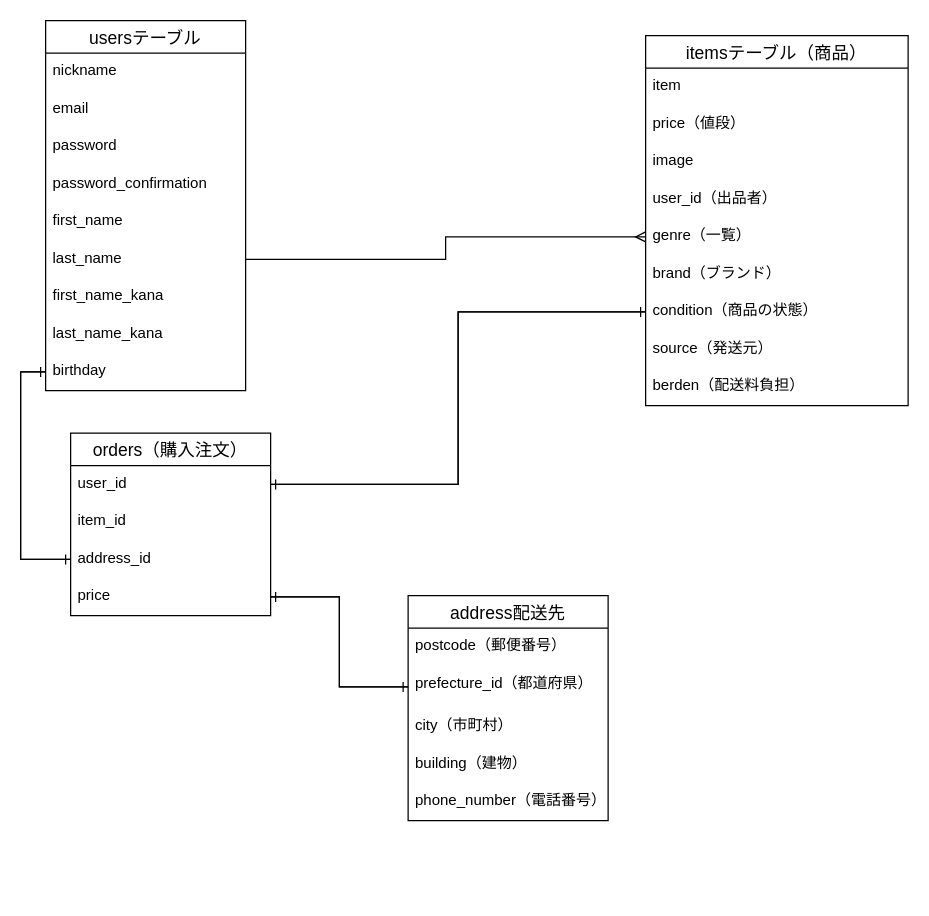
The draw.io diagram .dio in Lucky-Strike65/furima-34513, before the edit. Source tidied: cells renumbered, new cells numbered last; positions are measured from the earlier drawing's top-left corner, leaving out a move shared by most shapes. Both pictures are drawn from the tidied source at 125%, with x=0, y=0 at pixel (45, 20).
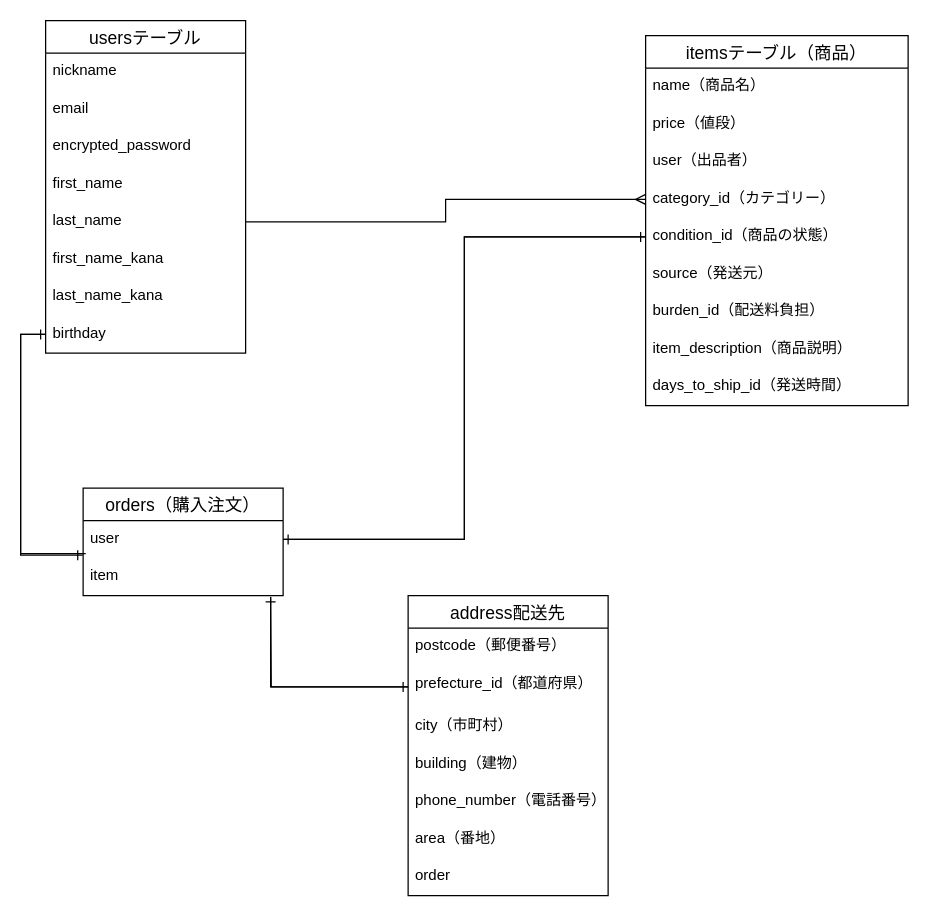
The same page after the edit.

Unchanged cells that the change refers to:
```xml
<mxCell id="12" value="itemsテーブル（商品）" style="swimlane;fontStyle=0;horizontal=1;startSize=26;align=center;fontSize=14;" parent="1" vertex="1">
  <mxGeometry x="480" y="12" width="210" height="296" as="geometry" />
</mxCell>
<mxCell id="29" value="prefecture_id（都道府県）" style="text;strokeColor=none;fillColor=none;spacingLeft=4;spacingRight=4;overflow=hidden;points=[[0,0.5],[1,0.5]];portConstraint=eastwest;fontSize=12;" parent="27" vertex="1">
  <mxGeometry y="56" width="160" height="34" as="geometry" />
</mxCell>
```

Change to the diagram source:
```diff
@@
     <mxCell id="2" value="usersテーブル" style="swimlane;fontStyle=0;horizontal=1;startSize=26;align=center;fontSize=14;" parent="1" vertex="1">
-      <mxGeometry width="160" height="296" as="geometry" />
+      <mxGeometry width="160" height="266" as="geometry" />
     </mxCell>
@@
-    <mxCell id="5" value="password" style="text;strokeColor=none;fillColor=none;spacingLeft=4;spacingRight=4;overflow=hidden;fontSize=12;" parent="2" vertex="1">
+    <mxCell id="5" value="encrypted_password" style="text;strokeColor=none;fillColor=none;spacingLeft=4;spacingRight=4;overflow=hidden;fontSize=12;" parent="2" vertex="1">
       <mxGeometry y="86" width="160" height="30" as="geometry" />
     </mxCell>
-    <mxCell id="6" value="password_confirmation" style="text;strokeColor=none;fillColor=none;spacingLeft=4;spacingRight=4;overflow=hidden;fontSize=12;" parent="2" vertex="1">
-      <mxGeometry y="116" width="160" height="30" as="geometry" />
-    </mxCell>
     <mxCell id="7" value="first_name" style="text;strokeColor=none;fillColor=none;spacingLeft=4;spacingRight=4;overflow=hidden;fontSize=12;" parent="2" vertex="1">
-      <mxGeometry y="146" width="160" height="30" as="geometry" />
+      <mxGeometry y="116" width="160" height="30" as="geometry" />
     </mxCell>
     <mxCell id="8" value="last_name" style="text;strokeColor=none;fillColor=none;spacingLeft=4;spacingRight=4;overflow=hidden;points=[[0,0.5],[1,0.5]];portConstraint=eastwest;fontSize=12;" parent="2" vertex="1">
-      <mxGeometry y="176" width="160" height="30" as="geometry" />
+      <mxGeometry y="146" width="160" height="30" as="geometry" />
     </mxCell>
     <mxCell id="9" value="first_name_kana" style="text;strokeColor=none;fillColor=none;spacingLeft=4;spacingRight=4;overflow=hidden;fontSize=12;" parent="2" vertex="1">
-      <mxGeometry y="206" width="160" height="30" as="geometry" />
+      <mxGeometry y="176" width="160" height="30" as="geometry" />
     </mxCell>
     <mxCell id="10" value="last_name_kana" style="text;strokeColor=none;fillColor=none;spacingLeft=4;spacingRight=4;overflow=hidden;fontSize=12;" parent="2" vertex="1">
-      <mxGeometry y="236" width="160" height="30" as="geometry" />
+      <mxGeometry y="206" width="160" height="30" as="geometry" />
     </mxCell>
     <mxCell id="11" value="birthday" style="text;strokeColor=none;fillColor=none;spacingLeft=4;spacingRight=4;overflow=hidden;points=[[0,0.5],[1,0.5]];portConstraint=eastwest;fontSize=12;" parent="2" vertex="1">
-      <mxGeometry y="266" width="160" height="30" as="geometry" />
+      <mxGeometry y="236" width="160" height="30" as="geometry" />
     </mxCell>
@@
-    <mxCell id="13" value="item" style="text;strokeColor=none;fillColor=none;spacingLeft=4;spacingRight=4;overflow=hidden;fontSize=12;" parent="12" vertex="1">
+    <mxCell id="13" value="name（商品名）" style="text;strokeColor=none;fillColor=none;spacingLeft=4;spacingRight=4;overflow=hidden;fontSize=12;" parent="12" vertex="1">
       <mxGeometry y="26" width="210" height="30" as="geometry" />
     </mxCell>
@@
-    <mxCell id="15" value="image&#10;" style="text;strokeColor=none;fillColor=none;spacingLeft=4;spacingRight=4;overflow=hidden;fontSize=12;" parent="12" vertex="1">
-      <mxGeometry y="86" width="210" height="30" as="geometry" />
-    </mxCell>
-    <mxCell id="16" value="user_id（出品者）" style="text;strokeColor=none;fillColor=none;spacingLeft=4;spacingRight=4;overflow=hidden;fontSize=12;" parent="12" vertex="1">
-      <mxGeometry y="116" width="210" height="30" as="geometry" />
+    <mxCell id="16" value="user（出品者）" style="text;strokeColor=none;fillColor=none;spacingLeft=4;spacingRight=4;overflow=hidden;fontSize=12;" parent="12" vertex="1">
+      <mxGeometry y="86" width="210" height="30" as="geometry" />
     </mxCell>
-    <mxCell id="17" value="genre（一覧）" style="text;strokeColor=none;fillColor=none;spacingLeft=4;spacingRight=4;overflow=hidden;points=[[0,0.5],[1,0.5]];portConstraint=eastwest;fontSize=12;" parent="12" vertex="1">
-      <mxGeometry y="146" width="210" height="30" as="geometry" />
+    <mxCell id="17" value="category_id（カテゴリー）" style="text;strokeColor=none;fillColor=none;spacingLeft=4;spacingRight=4;overflow=hidden;points=[[0,0.5],[1,0.5]];portConstraint=eastwest;fontSize=12;" parent="12" vertex="1">
+      <mxGeometry y="116" width="210" height="30" as="geometry" />
     </mxCell>
-    <mxCell id="18" value="brand（ブランド）" style="text;strokeColor=none;fillColor=none;spacingLeft=4;spacingRight=4;overflow=hidden;fontSize=12;" parent="12" vertex="1">
-      <mxGeometry y="176" width="210" height="30" as="geometry" />
-    </mxCell>
-    <mxCell id="19" value="condition（商品の状態）" style="text;strokeColor=none;fillColor=none;spacingLeft=4;spacingRight=4;overflow=hidden;points=[[0,0.5],[1,0.5]];portConstraint=eastwest;fontSize=12;" parent="12" vertex="1">
-      <mxGeometry y="206" width="210" height="30" as="geometry" />
+    <mxCell id="19" value="condition_id（商品の状態）" style="text;strokeColor=none;fillColor=none;spacingLeft=4;spacingRight=4;overflow=hidden;points=[[0,0.5],[1,0.5]];portConstraint=eastwest;fontSize=12;" parent="12" vertex="1">
+      <mxGeometry y="146" width="210" height="30" as="geometry" />
     </mxCell>
     <mxCell id="20" value="source（発送元）" style="text;strokeColor=none;fillColor=none;spacingLeft=4;spacingRight=4;overflow=hidden;fontSize=12;" parent="12" vertex="1">
-      <mxGeometry y="236" width="210" height="30" as="geometry" />
+      <mxGeometry y="176" width="210" height="30" as="geometry" />
     </mxCell>
-    <mxCell id="21" value="berden（配送料負担）" style="text;strokeColor=none;fillColor=none;spacingLeft=4;spacingRight=4;overflow=hidden;fontSize=12;" parent="12" vertex="1">
-      <mxGeometry y="266" width="210" height="30" as="geometry" />
+    <mxCell id="21" value="burden_id（配送料負担）" style="text;strokeColor=none;fillColor=none;spacingLeft=4;spacingRight=4;overflow=hidden;fontSize=12;" parent="12" vertex="1">
+      <mxGeometry y="206" width="210" height="30" as="geometry" />
     </mxCell>
+    <mxCell id="40" value="item_description（商品説明）" style="text;strokeColor=none;fillColor=none;spacingLeft=4;spacingRight=4;overflow=hidden;fontSize=12;" parent="12" vertex="1">
+      <mxGeometry y="236" width="210" height="30" as="geometry" />
+    </mxCell>
+    <mxCell id="41" value="days_to_ship_id（発送時間）" style="text;strokeColor=none;fillColor=none;spacingLeft=4;spacingRight=4;overflow=hidden;fontSize=12;" parent="12" vertex="1">
+      <mxGeometry y="266" width="210" height="30" as="geometry" />
+    </mxCell>
     <mxCell id="22" value="orders（購入注文）" style="swimlane;fontStyle=0;horizontal=1;startSize=26;align=center;fontSize=14;" parent="1" vertex="1">
-      <mxGeometry x="20" y="330" width="160" height="146" as="geometry" />
+      <mxGeometry x="30" y="374" width="160" height="86" as="geometry" />
     </mxCell>
-    <mxCell id="23" value="user_id" style="text;strokeColor=none;fillColor=none;spacingLeft=4;spacingRight=4;overflow=hidden;points=[[0,0.5],[1,0.5]];portConstraint=eastwest;fontSize=12;" parent="22" vertex="1">
+    <mxCell id="23" value="user" style="text;strokeColor=none;fillColor=none;spacingLeft=4;spacingRight=4;overflow=hidden;points=[[0,0.5],[1,0.5]];portConstraint=eastwest;fontSize=12;" parent="22" vertex="1">
       <mxGeometry y="26" width="160" height="30" as="geometry" />
     </mxCell>
-    <mxCell id="24" value="item_id" style="text;strokeColor=none;fillColor=none;spacingLeft=4;spacingRight=4;overflow=hidden;points=[[0,0.5],[1,0.5]];portConstraint=eastwest;fontSize=12;" parent="22" vertex="1">
+    <mxCell id="24" value="item" style="text;strokeColor=none;fillColor=none;spacingLeft=4;spacingRight=4;overflow=hidden;points=[[0,0.5],[1,0.5]];portConstraint=eastwest;fontSize=12;" parent="22" vertex="1">
       <mxGeometry y="56" width="160" height="30" as="geometry" />
     </mxCell>
-    <mxCell id="25" value="address_id" style="text;strokeColor=none;fillColor=none;spacingLeft=4;spacingRight=4;overflow=hidden;points=[[0,0.5],[1,0.5]];portConstraint=eastwest;fontSize=12;" parent="22" vertex="1">
-      <mxGeometry y="86" width="160" height="30" as="geometry" />
-    </mxCell>
-    <mxCell id="26" value="price" style="text;strokeColor=none;fillColor=none;spacingLeft=4;spacingRight=4;overflow=hidden;points=[[0,0.5],[1,0.5]];portConstraint=eastwest;fontSize=12;" parent="22" vertex="1">
-      <mxGeometry y="116" width="160" height="30" as="geometry" />
-    </mxCell>
     <mxCell id="27" value="address配送先" style="swimlane;fontStyle=0;horizontal=1;startSize=26;align=center;fontSize=14;" parent="1" vertex="1">
-      <mxGeometry x="290" y="460" width="160" height="180" as="geometry" />
+      <mxGeometry x="290" y="460" width="160" height="240" as="geometry" />
     </mxCell>
@@
+    <mxCell id="42" value="area（番地）" style="text;strokeColor=none;fillColor=none;spacingLeft=4;spacingRight=4;overflow=hidden;fontSize=12;" parent="27" vertex="1">
+      <mxGeometry y="180" width="160" height="30" as="geometry" />
+    </mxCell>
+    <mxCell id="43" value="order" style="text;strokeColor=none;fillColor=none;spacingLeft=4;spacingRight=4;overflow=hidden;fontSize=12;" parent="27" vertex="1">
+      <mxGeometry y="210" width="160" height="30" as="geometry" />
+    </mxCell>
@@
-    <mxCell id="34" style="edgeStyle=orthogonalEdgeStyle;rounded=0;jettySize=auto;html=1;exitX=1;exitY=0.5;exitDx=0;exitDy=0;entryX=0;entryY=0.5;entryDx=0;entryDy=0;endArrow=ERone;endFill=0;" parent="1" edge="1" source="26" target="29">
-      <mxGeometry relative="1" as="geometry" />
+    <mxCell id="34" style="edgeStyle=orthogonalEdgeStyle;rounded=0;jettySize=auto;html=1;exitX=1;exitY=0.5;exitDx=0;exitDy=0;entryX=0;entryY=0.5;entryDx=0;entryDy=0;endArrow=ERone;endFill=0;" parent="1" edge="1" target="29">
+      <mxGeometry relative="1" as="geometry">
+        <mxPoint x="180" y="461" as="sourcePoint" />
+      </mxGeometry>
     </mxCell>
@@
-    <mxCell id="37" style="edgeStyle=orthogonalEdgeStyle;rounded=0;jettySize=auto;html=1;exitX=0;exitY=0.5;exitDx=0;exitDy=0;entryX=0;entryY=0.5;entryDx=0;entryDy=0;endArrow=ERone;endFill=0;" parent="1" edge="1" source="11" target="25">
-      <mxGeometry relative="1" as="geometry" />
-    </mxCell>
-    <mxCell id="38" style="edgeStyle=orthogonalEdgeStyle;rounded=0;jettySize=auto;html=1;exitX=0;exitY=0.5;exitDx=0;exitDy=0;entryX=0;entryY=0.5;entryDx=0;entryDy=0;endArrow=ERone;endFill=0;" parent="1" edge="1" source="25" target="11">
+    <mxCell id="38" style="edgeStyle=orthogonalEdgeStyle;rounded=0;jettySize=auto;html=1;exitX=0.013;exitY=-0.12;exitDx=0;exitDy=0;entryX=0;entryY=0.5;entryDx=0;entryDy=0;endArrow=ERone;endFill=0;exitPerimeter=0;" parent="1" edge="1" source="24" target="11">
       <mxGeometry relative="1" as="geometry" />
     </mxCell>
-    <mxCell id="39" style="edgeStyle=orthogonalEdgeStyle;rounded=0;jettySize=auto;html=1;exitX=0;exitY=0.5;exitDx=0;exitDy=0;entryX=1;entryY=0.5;entryDx=0;entryDy=0;endArrow=ERone;endFill=0;" parent="1" edge="1" source="29" target="26">
-      <mxGeometry relative="1" as="geometry" />
+    <mxCell id="39" style="edgeStyle=orthogonalEdgeStyle;rounded=0;jettySize=auto;html=1;exitX=0;exitY=0.5;exitDx=0;exitDy=0;entryX=1;entryY=0.5;entryDx=0;entryDy=0;endArrow=ERone;endFill=0;" parent="1" edge="1" source="29">
+      <mxGeometry relative="1" as="geometry">
+        <mxPoint x="180" y="461" as="targetPoint" />
+        <Array as="points">
+          <mxPoint x="180" y="533" />
+        </Array>
+      </mxGeometry>
     </mxCell>
+    <mxCell id="44" style="edgeStyle=orthogonalEdgeStyle;rounded=0;jettySize=auto;html=1;exitX=0;exitY=0.5;exitDx=0;exitDy=0;entryX=-0.002;entryY=-0.08;entryDx=0;entryDy=0;entryPerimeter=0;endArrow=ERone;endFill=0;" parent="1" edge="1" source="11" target="24">
+      <mxGeometry relative="1" as="geometry" />
+    </mxCell>
```
